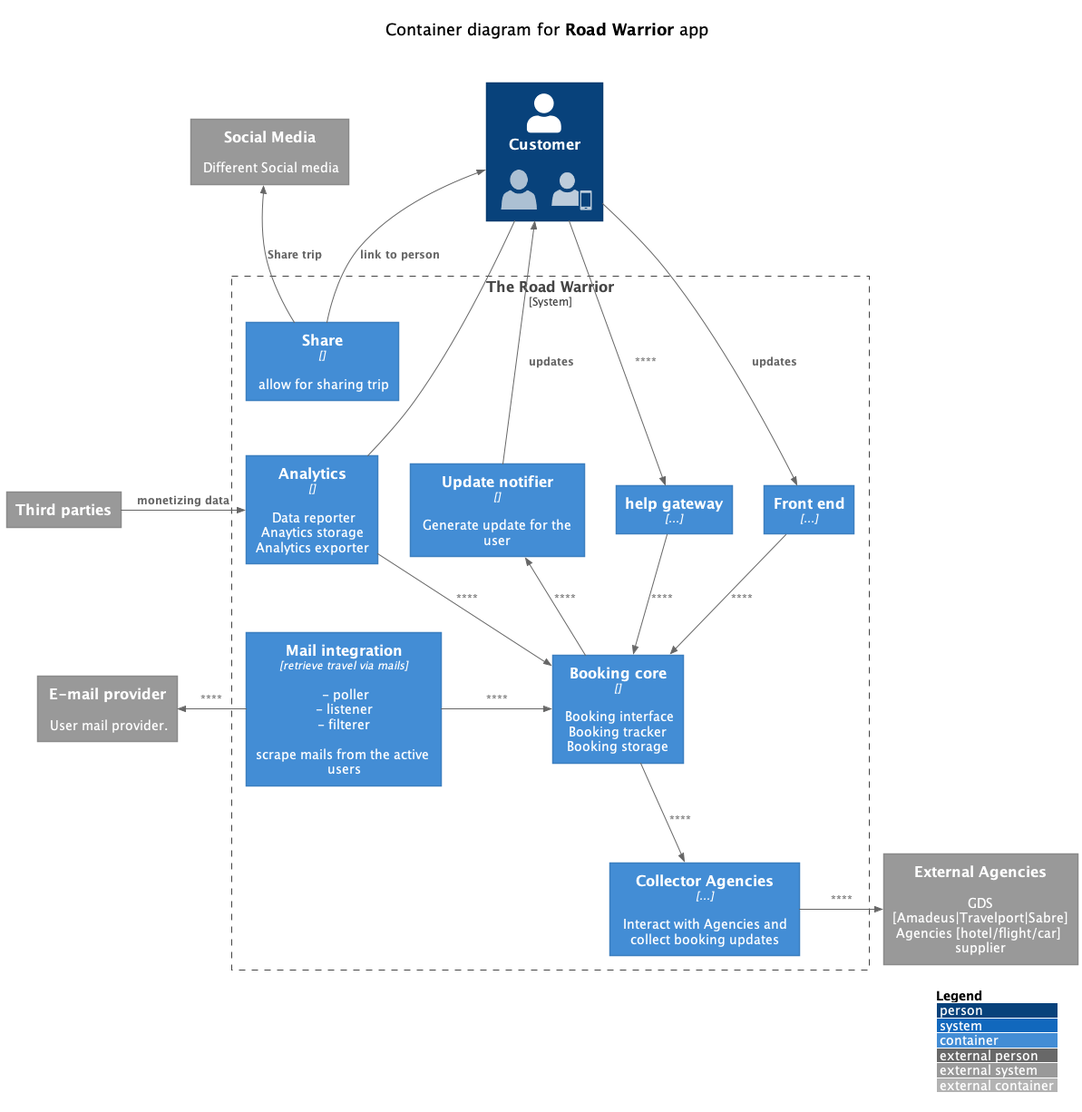
Earlier version of the PlantUML export doc/diagrams/c4-container.png (relic-da/ArchEnemies).
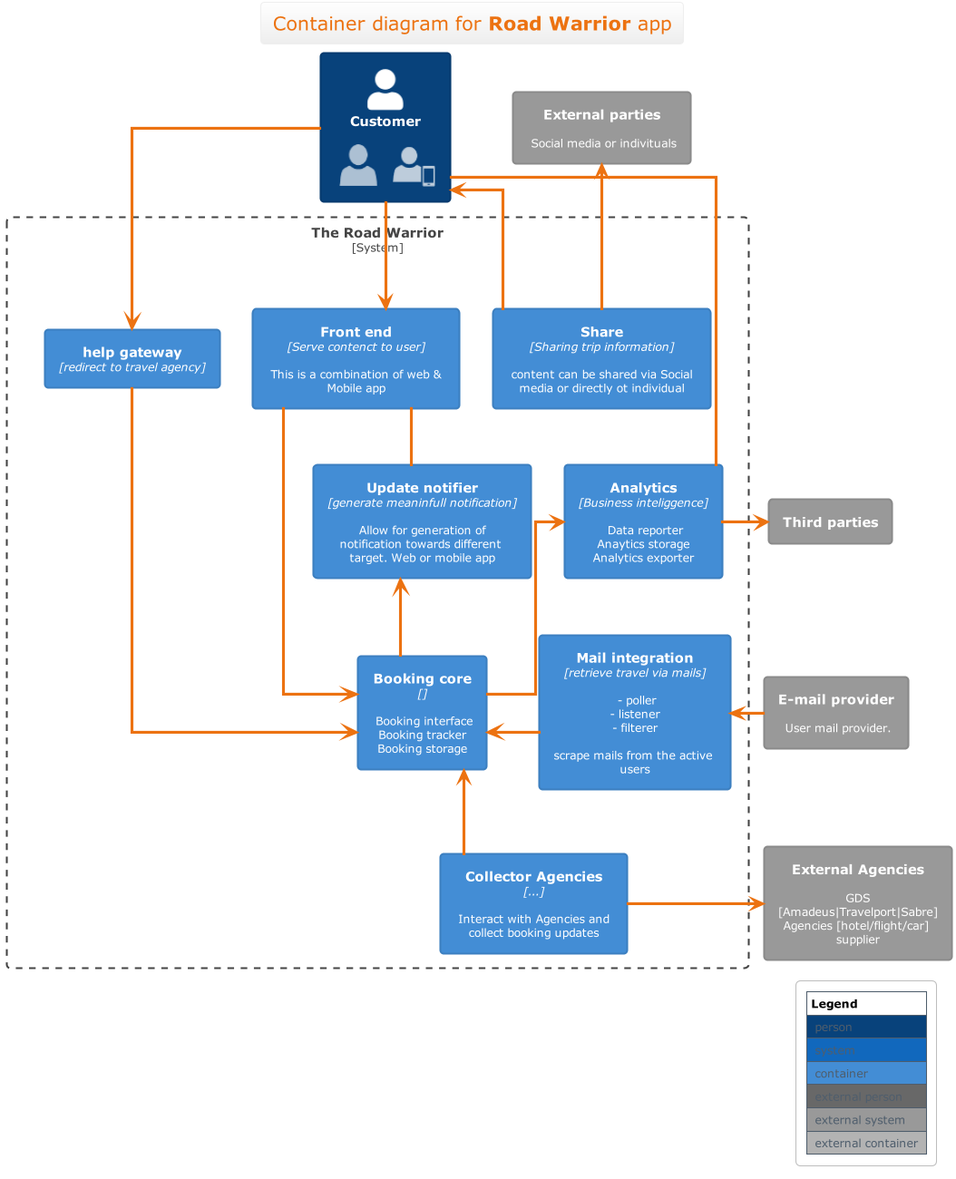
The same diagram one commit later.

What changed in the source:
```diff
@@ -2,11 +2,13 @@
 !include <c4/C4_Container.puml>
 !include <office/Users/user.puml>
 !include <office/Users/mobile_user.puml>
-
+!theme aws-orange
+skinparam BackgroundColor white
 LAYOUT_WITH_LEGEND()
 
+skinparam linetype ortho
 
-title \n    Container diagram for **Road Warrior** app\n\n
+title Container diagram for **Road Warrior** app
 
 Person(customer  , Customer , "<$user>   <$mobile_user>" )
 
@@ -14,58 +16,63 @@
 
 Container(booking_core, "Booking core", "", "Booking interface\nBooking tracker\nBooking storage")
 
-Container(analytics, "Analytics", "", "Data reporter\nAnaytics storage\nAnalytics exporter")
+Container(analytics, "Analytics", "Business inteliggence", "Data reporter\nAnaytics storage\nAnalytics exporter")
 Container(mail_poller, "Mail integration", "retrieve travel via mails", "- poller\n- listener\n- filterer\n\nscrape mails from the active users")
 Container(collector_agencies, "Collector Agencies", "...", "Interact with Agencies and collect booking updates")
 
-Container(notifier, "Update notifier", "", "Generate update for the user")
-Container(help, "help gateway", "...", "")
-Container(front_end, "Front end", "...", "")
-Container(sharer, "Share", "", "allow for sharing trip")
+together {
+    Container(front_end, "Front end", "Serve contenct to user", "This is a combination of web & Mobile app")
+    Container(help, "help gateway", "redirect to travel agency")
+    Container(sharer, "Share", "Sharing trip information", "content can be shared via Social media or directly ot individual")
+}
+
+Container(notifier, "Update notifier", "generate meaninfull notification", "Allow for generation of notification towards different target. Web or mobile app")
 
 }
 
 
 System_Ext(email_provider, "E-mail provider", "User mail provider.")
 System_Ext(third_parties, "Third parties")
-System_Ext(social_media, "Social Media", "Different Social media")
+System_Ext(social_media, "External parties", "Social media or indivituals")
 System_Ext(ext_agencies, "External Agencies", "GDS [Amadeus|Travelport|Sabre]\nAgencies [hotel/flight/car] supplier")
 
 
 sharer -[hidden]- analytics
 analytics -[hidden]- mail_poller
 
-Rel_Back(customer, notifier, "updates")
-Rel(customer, front_end, "updates")
+front_end -[hidden]- notifier
+notifier -[hidden]- booking_core
 
-Rel(front_end, booking_core, "")
-
-Rel_Back_Neighbor(email_provider, mail_poller, "")
-Rel_Neighbor(mail_poller, booking_core, "")
-
-Rel_Neighbor(collector_agencies, ext_agencies,  "")
-Rel(booking_core, collector_agencies, "")
+customer --> front_end
 
 
-Rel(analytics, booking_core, "")
+front_end --> booking_core
+
+
+
+mail_poller <- email_provider
+booking_core <- mail_poller
+
+ext_agencies <- collector_agencies
+booking_core <-- collector_agencies
+
+
+analytics <-- booking_core
 
 third_parties -[hidden]-email_provider
 
 customer -- analytics
-Rel_Neighbor(third_parties, analytics, "monetizing data")
 
-Rel(customer, help, "")
-Rel(help, booking_core, "")
-Rel_Back(notifier, booking_core, "")
-
-Rel_Back(customer, sharer, "link to person")
-
-Rel_Back(social_media, sharer, "Share trip")
+analytics -> third_parties
 
 
+customer --> help
+help --> booking_core
+front_end - notifier
 
+notifier <-- booking_core
 
-
-
+customer <-- sharer
+social_media <-- sharer
 
 @enduml
```
